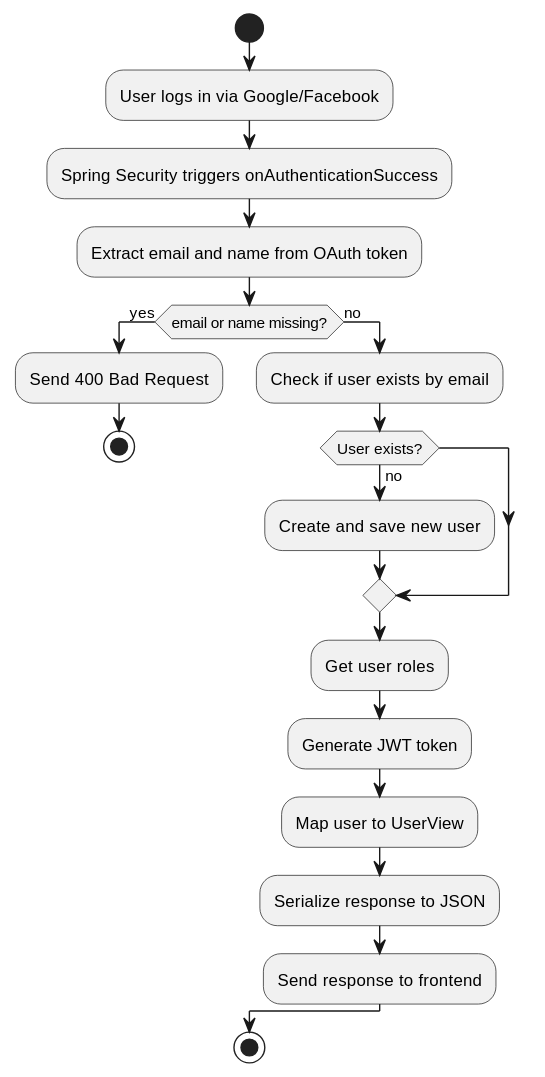
Above: Docs/Architecture_files/Phase_1/assets/OAuthLoginFlow/ActivityDiagram.svg in MaximeSchuybroeck/ARQSOFT_August (PlantUML), before the change.
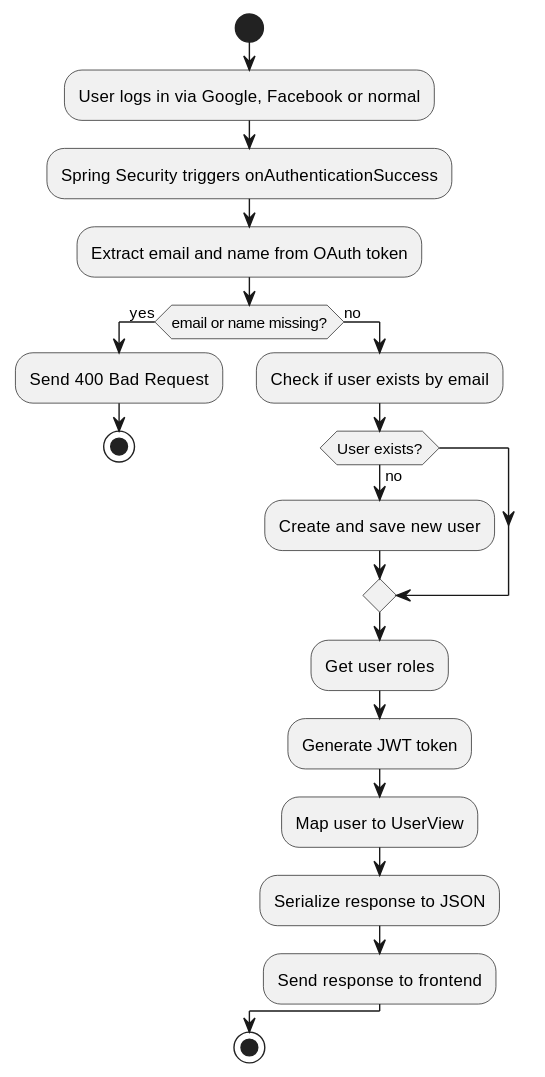
After the change.

Change to the diagram source:
```diff
@@ -1,7 +1,7 @@
 @startuml
 start
 
-:User logs in via Google/Facebook;
+:User logs in via Google, Facebook or normal;
 
 :Spring Security triggers onAuthenticationSuccess;
 
```
